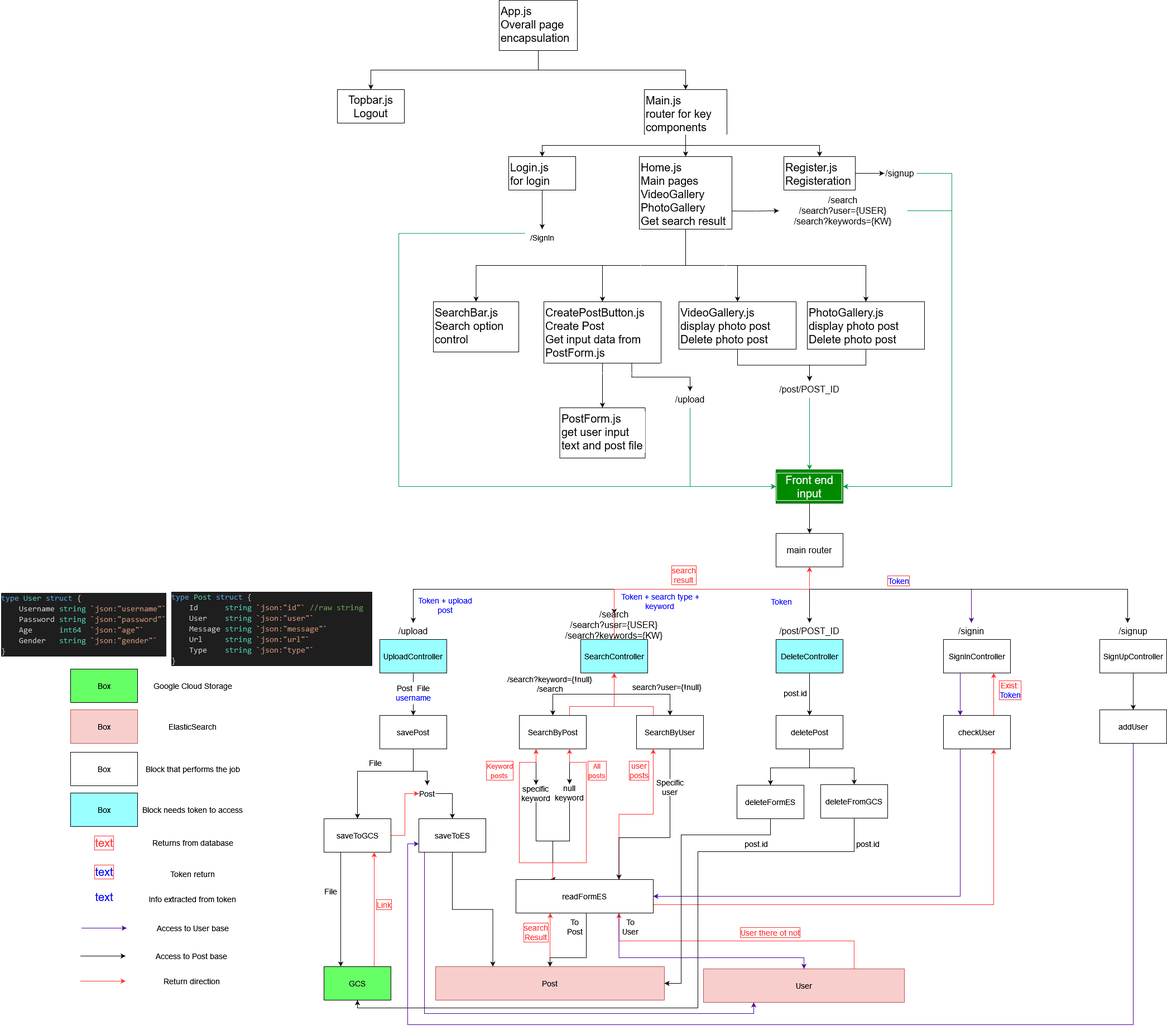
blaticslm/Simple-Tweet-Project keeps this draw.io diagram as repo picture/Backend_Frontend_diagram.png. Above is the earlier version. Source tidied: cells renumbered, new cells last; positions are measured from the earlier drawing's top-left corner, leaving out a move shared by most shapes.
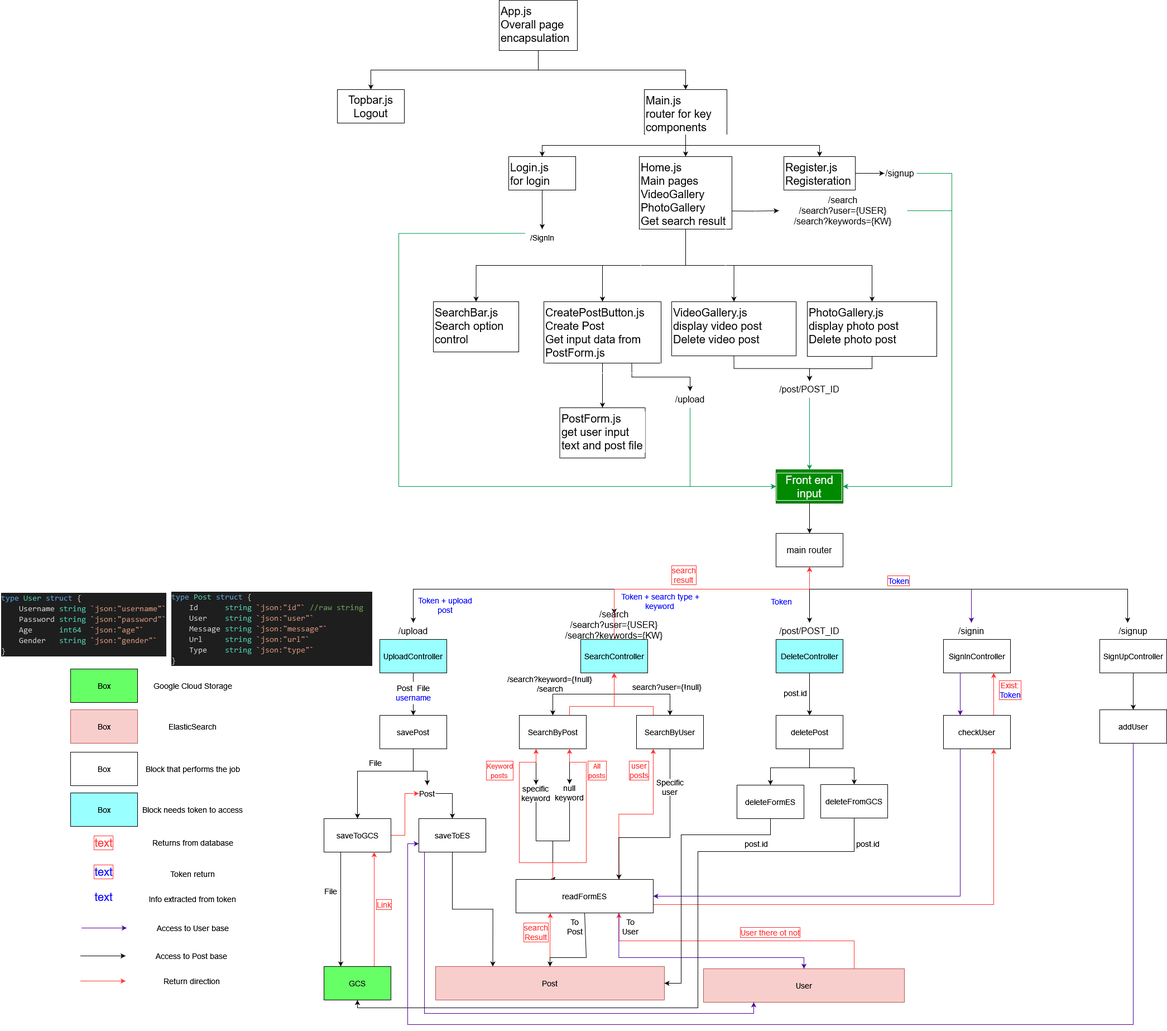
Above is the later version.

Commit message:
back front

Diff of the diagram source:
```diff
@@ -581,7 +581,7 @@
       <mxGeometry relative="1" as="geometry" />
     </mxCell>
     <mxCell id="144" value="&lt;div&gt;PhotoGallery.js&lt;/div&gt;&lt;div&gt;display photo post&lt;/div&gt;&lt;div&gt;Delete photo post&lt;br&gt;&lt;/div&gt;" style="rounded=0;whiteSpace=wrap;html=1;labelBackgroundColor=none;labelBorderColor=#FFFFFF;fontSize=20;fontColor=#000000;fillColor=#FFFFFF;verticalAlign=top;align=left;" parent="1" vertex="1">
-      <mxGeometry x="1446" y="540" width="210" height="85" as="geometry" />
+      <mxGeometry x="1446" y="540" width="232" height="98" as="geometry" />
     </mxCell>
     <mxCell id="145" style="edgeStyle=orthogonalEdgeStyle;rounded=0;jettySize=auto;html=1;exitX=1;exitY=0.5;exitDx=0;exitDy=0;entryX=1;entryY=0.5;entryDx=0;entryDy=0;labelBackgroundColor=none;labelBorderColor=none;fontSize=14;fontColor=#000000;strokeColor=#00994D;" parent="1" edge="1" source="146" target="117">
       <mxGeometry relative="1" as="geometry">
@@ -597,8 +597,8 @@
     <mxCell id="147" style="edgeStyle=orthogonalEdgeStyle;rounded=0;jettySize=auto;html=1;exitX=0.5;exitY=1;exitDx=0;exitDy=0;entryX=0.5;entryY=0;entryDx=0;entryDy=0;labelBackgroundColor=none;labelBorderColor=none;fontSize=20;fontColor=#000000;strokeColor=#000000;" parent="1" edge="1" source="148" target="150">
       <mxGeometry relative="1" as="geometry" />
     </mxCell>
-    <mxCell id="148" value="&lt;div&gt;VideoGallery.js&lt;/div&gt;&lt;div&gt;display photo post&lt;/div&gt;&lt;div&gt;Delete photo post&lt;br&gt;&lt;/div&gt;" style="rounded=0;whiteSpace=wrap;html=1;labelBackgroundColor=none;labelBorderColor=#FFFFFF;fontSize=20;fontColor=#000000;fillColor=#FFFFFF;verticalAlign=top;align=left;" parent="1" vertex="1">
-      <mxGeometry x="1216" y="540" width="210" height="85" as="geometry" />
+    <mxCell id="148" value="&lt;div&gt;VideoGallery.js&lt;/div&gt;&lt;div&gt;display video post&lt;/div&gt;&lt;div&gt;Delete video post&lt;br&gt;&lt;/div&gt;" style="rounded=0;whiteSpace=wrap;html=1;labelBackgroundColor=none;labelBorderColor=#FFFFFF;fontSize=20;fontColor=#000000;fillColor=#FFFFFF;verticalAlign=top;align=left;" parent="1" vertex="1">
+      <mxGeometry x="1203" y="540" width="223" height="97" as="geometry" />
     </mxCell>
     <mxCell id="149" style="edgeStyle=orthogonalEdgeStyle;rounded=0;jettySize=auto;html=1;exitX=0.5;exitY=1;exitDx=0;exitDy=0;entryX=0.5;entryY=0;entryDx=0;entryDy=0;labelBackgroundColor=none;labelBorderColor=none;fontSize=14;fontColor=#000000;strokeColor=#00994D;" parent="1" edge="1" source="150" target="117">
       <mxGeometry relative="1" as="geometry" />
```
